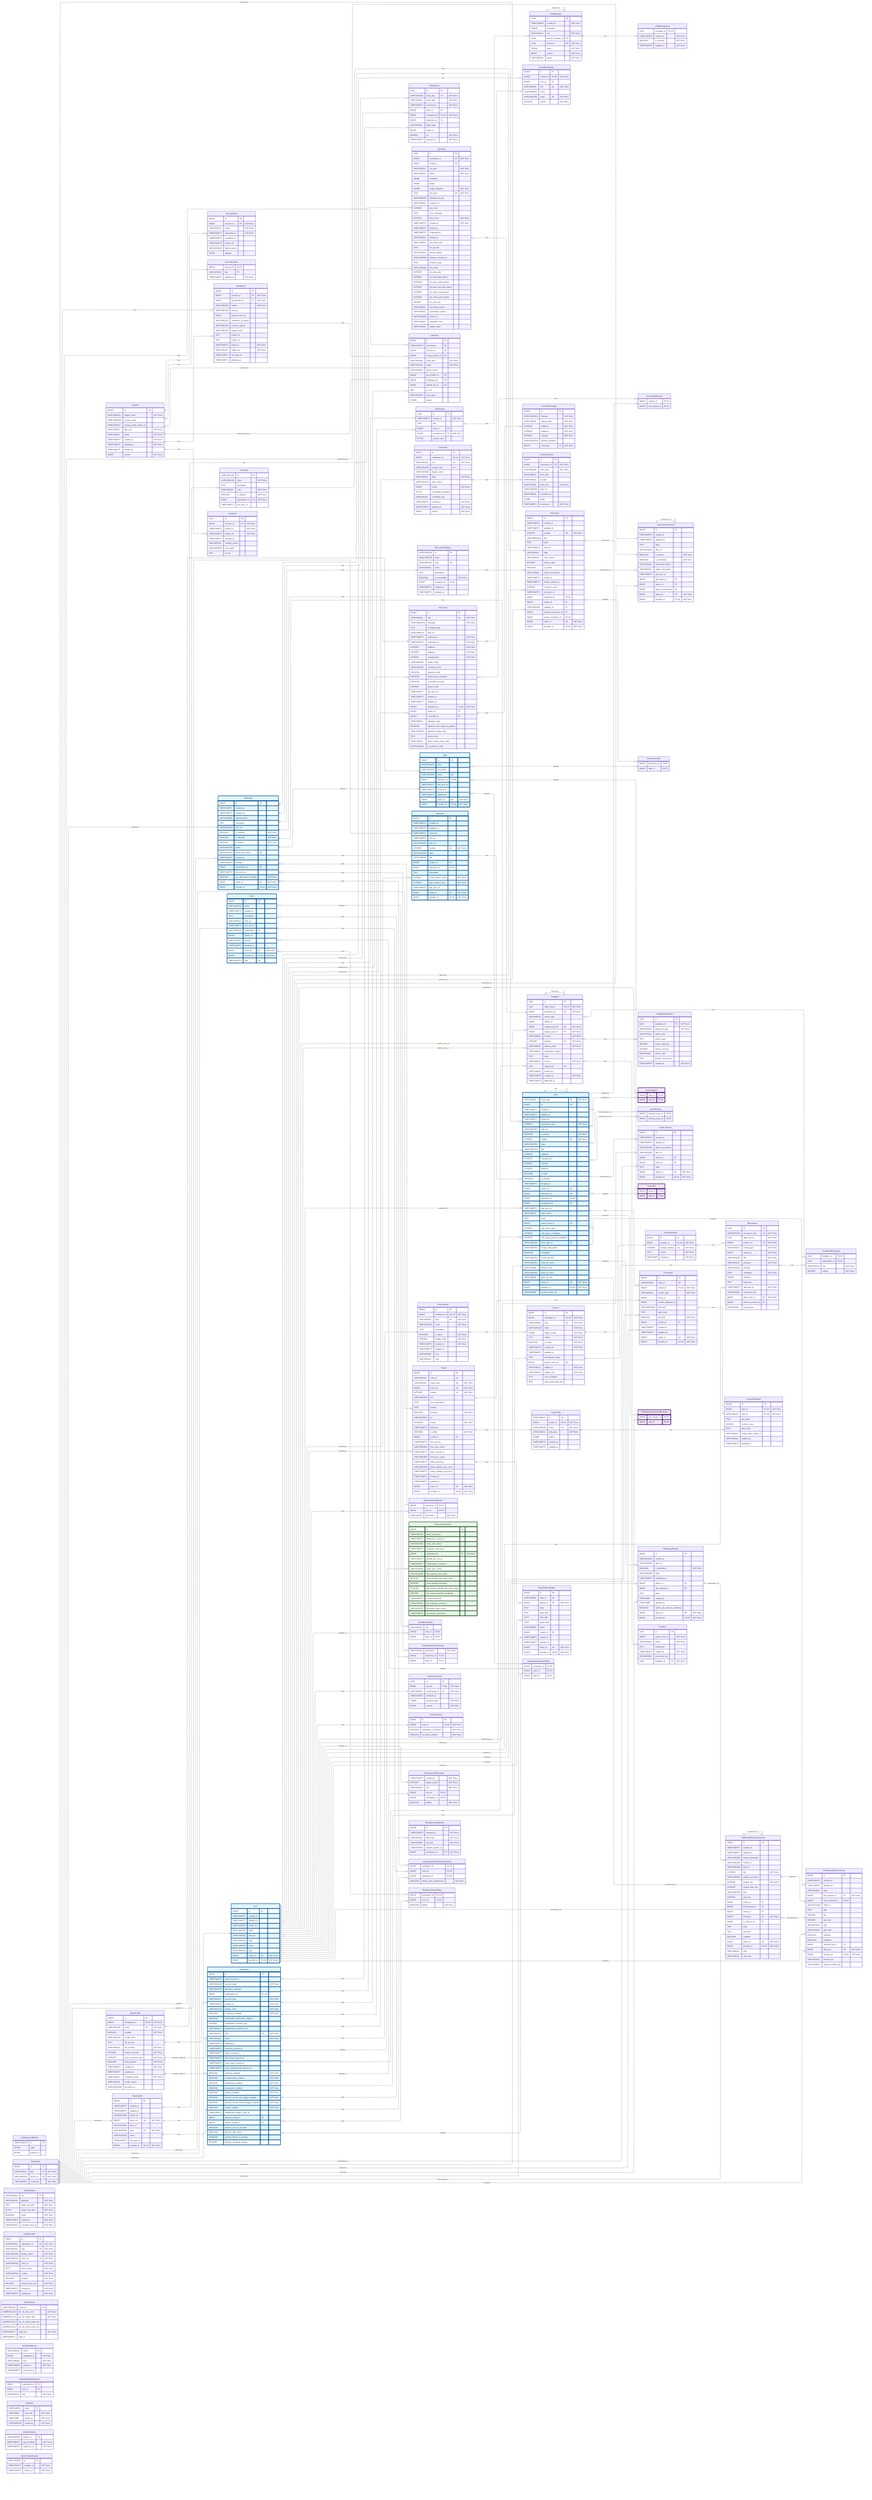
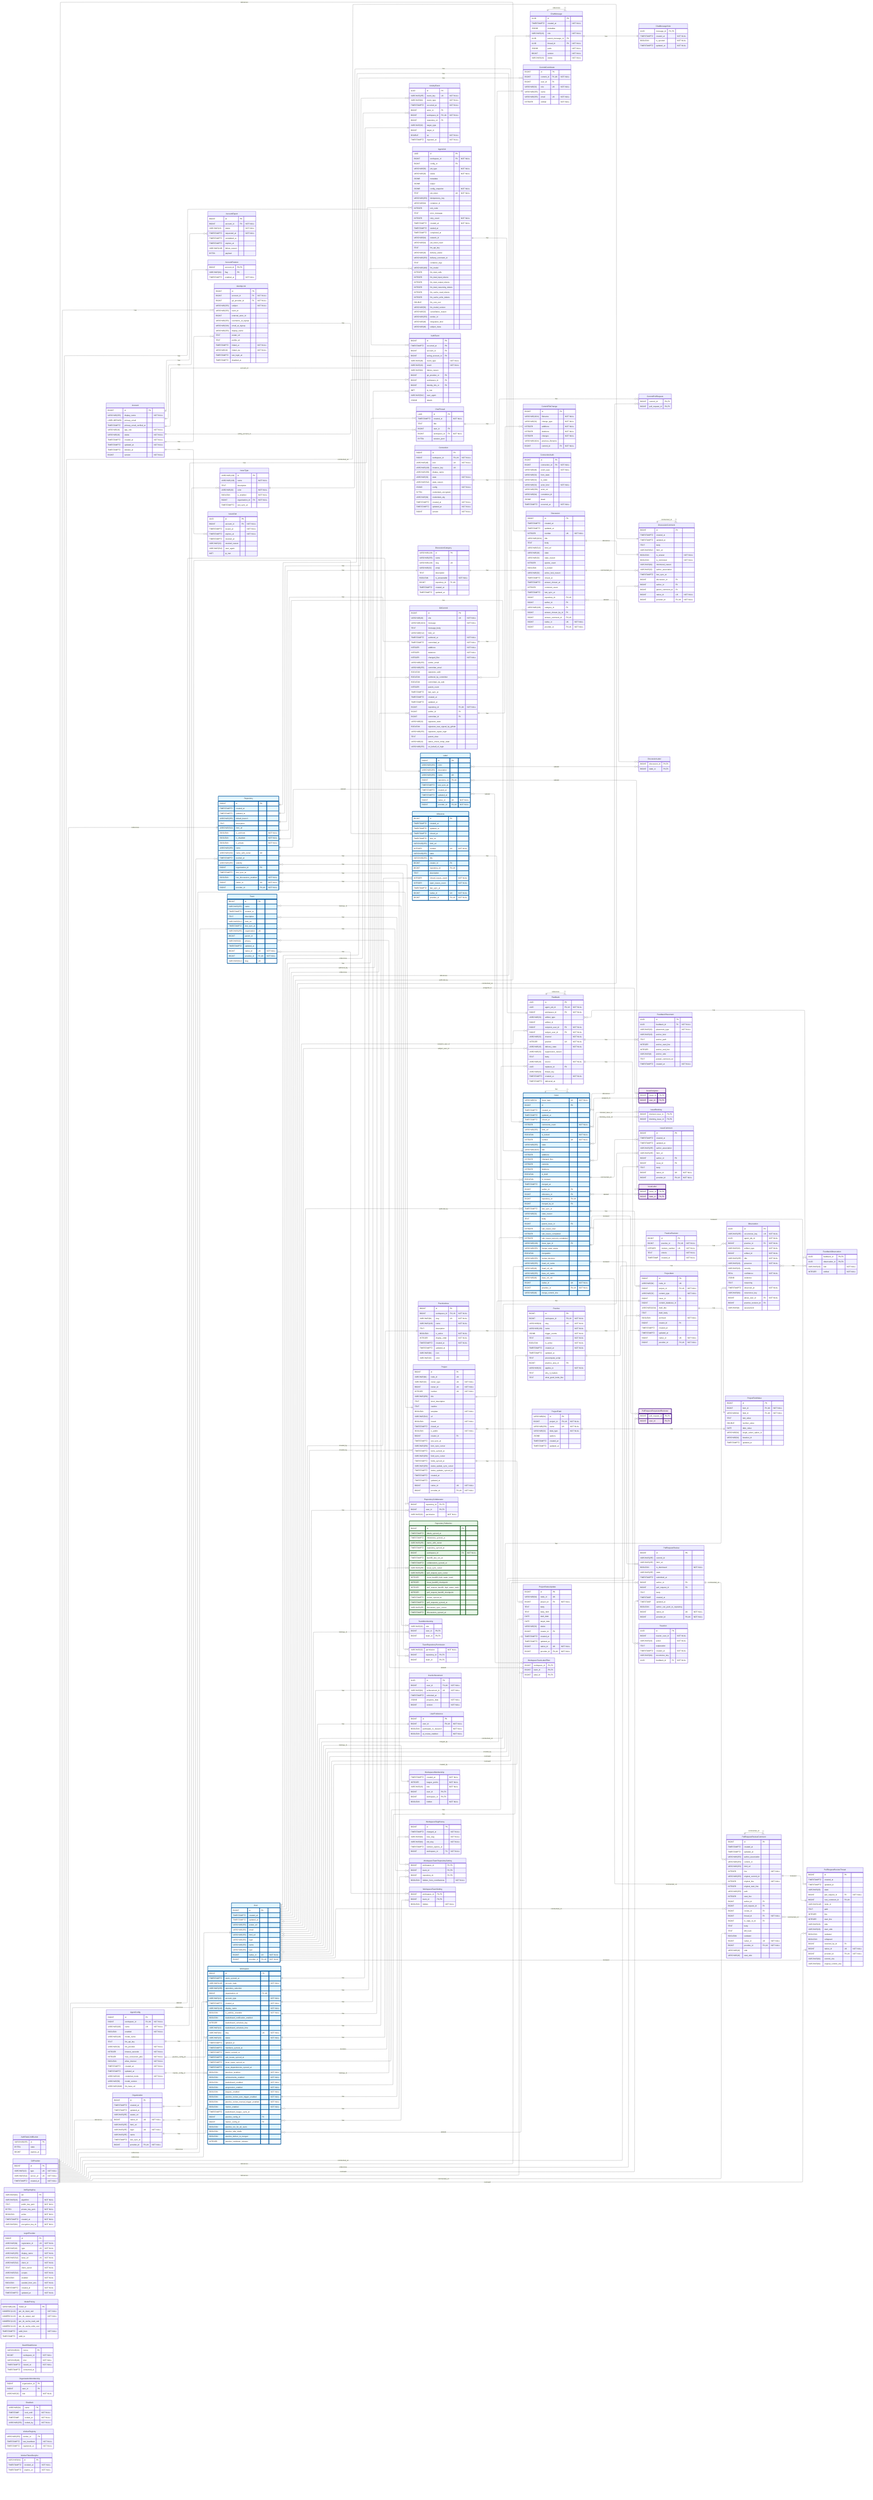
---
config:
    layout: elk
---
erDiagram
    %% Generated automatically from PostgreSQL database schema
    %% using scripts/generate-mermaid-erd.ts
    %% To regenerate: pnpm run db:generate-erd-docs

    direction LR

    Account {
        BIGINT id PK
        VARCHAR(255) display_name "NOT NULL"
        USER-DEFINED primary_email
        TIMESTAMPTZ primary_email_verified_at
        VARCHAR(16) app_role "NOT NULL"
        VARCHAR(16) status "NOT NULL"
        TIMESTAMPTZ created_at "NOT NULL"
        TIMESTAMPTZ updated_at "NOT NULL"
        TIMESTAMPTZ deleted_at
        BIGINT version "NOT NULL"
    }

    AccountExport {
        BIGINT id PK
        BIGINT account_id FK "NOT NULL"
        VARCHAR(16) status "NOT NULL"
        TIMESTAMPTZ requested_at "NOT NULL"
        TIMESTAMPTZ completed_at
        TIMESTAMPTZ expires_at
        VARCHAR(128) failure_reason
        BYTEA payload
    }

    AccountFeature {
        BIGINT account_id PK,FK
        VARCHAR(64) flag PK
        TIMESTAMPTZ enabled_at "NOT NULL"
    }

    ActivityEvent {
        UUID id PK
        VARCHAR(255) event_key UK "NOT NULL"
        VARCHAR(64) event_type "NOT NULL"
        TIMESTAMPTZ occurred_at "NOT NULL"
        BIGINT actor_id FK
        BIGINT workspace_id FK,UK "NOT NULL"
        BIGINT repository_id FK
        VARCHAR(32) target_type
        BIGINT target_id
        DOUBLE xp "NOT NULL"
        TIMESTAMPTZ ingested_at "NOT NULL"
    }

    AgentConfig {
        BIGINT id PK
        BIGINT workspace_id FK,UK "NOT NULL"
        VARCHAR(100) name UK "NOT NULL"
        BOOLEAN enabled "NOT NULL"
        VARCHAR(128) model_name
        TEXT llm_api_key
        VARCHAR(32) llm_provider "NOT NULL"
        INTEGER timeout_seconds "NOT NULL"
        INTEGER max_concurrent_jobs "NOT NULL"
        BOOLEAN allow_internet "NOT NULL"
        TIMESTAMPTZ created_at "NOT NULL"
        TIMESTAMPTZ updated_at
        VARCHAR(16) credential_mode "NOT NULL"
        VARCHAR(50) model_version
        VARCHAR(2048) llm_base_url
    }

    AgentJob {
        UUID id PK
        BIGINT workspace_id FK "NOT NULL"
        BIGINT config_id FK
        VARCHAR(50) job_type "NOT NULL"
        VARCHAR(20) status "NOT NULL"
        JSONB metadata
        JSONB output
        JSONB config_snapshot "NOT NULL"
        TEXT job_token UK "NOT NULL"
        VARCHAR(255) idempotency_key
        VARCHAR(64) container_id
        INTEGER exit_code
        TEXT error_message
        INTEGER retry_count "NOT NULL"
        TIMESTAMPTZ created_at "NOT NULL"
        TIMESTAMPTZ started_at
        TIMESTAMPTZ completed_at
        VARCHAR(64) network_id
        VARCHAR(64) job_token_hash
        TEXT llm_api_key
        VARCHAR(20) delivery_status
        VARCHAR(255) delivery_comment_id
        TEXT container_logs
        VARCHAR(100) llm_model
        INTEGER llm_total_calls
        INTEGER llm_total_input_tokens
        INTEGER llm_total_output_tokens
        INTEGER llm_total_reasoning_tokens
        INTEGER llm_cache_read_tokens
        INTEGER llm_cache_write_tokens
        DOUBLE llm_cost_usd
        VARCHAR(50) llm_model_version
        VARCHAR(32) cancellation_reason
        VARCHAR(255) worker_id
        VARCHAR(48) integration_kind
        VARCHAR(48) subject_class
    }

    AuthEvent {
        BIGINT id PK
        TIMESTAMPTZ occurred_at PK
        BIGINT account_id FK
        BIGINT acting_account_id FK
        VARCHAR(48) event_type "NOT NULL"
        VARCHAR(16) result "NOT NULL"
        VARCHAR(64) failure_reason
        BIGINT git_provider_id FK
        BIGINT workspace_id FK
        BIGINT identity_link_id FK
        INET ip_inet
        VARCHAR(512) user_agent
        JSONB details
    }

    AuthRateLimitBucket {
        VARCHAR(255) id PK
        BYTEA state
        BIGINT expires_at
    }

    ChatMessage {
        UUID id PK
        TIMESTAMPTZ created_at "NOT NULL"
        JSONB metadata
        VARCHAR(16) role "NOT NULL"
        UUID parent_message_id FK
        UUID thread_id FK "NOT NULL"
        JSONB parts "NOT NULL"
        BIGINT version "NOT NULL"
        VARCHAR(16) status "NOT NULL"
    }

    ChatMessageVote {
        UUID message_id PK,FK
        TIMESTAMPTZ created_at "NOT NULL"
        BOOLEAN is_upvoted "NOT NULL"
        TIMESTAMPTZ updated_at "NOT NULL"
    }

    ChatThread {
        UUID id PK
        TIMESTAMPTZ created_at "NOT NULL"
        TEXT title
        BIGINT user_id FK
        BIGINT workspace_id FK "NOT NULL"
        BYTEA session_jsonl
    }

    CommitContributor {
        BIGINT id PK
        BIGINT commit_id FK,UK "NOT NULL"
        BIGINT user_id FK
        VARCHAR(32) role UK "NOT NULL"
        VARCHAR(255) name
        VARCHAR(255) email UK "NOT NULL"
        INTEGER ordinal "NOT NULL"
    }

    CommitFileChange {
        BIGINT id PK
        VARCHAR(1024) filename "NOT NULL"
        VARCHAR(32) change_type "NOT NULL"
        INTEGER additions "NOT NULL"
        INTEGER deletions "NOT NULL"
        INTEGER changes "NOT NULL"
        VARCHAR(1024) previous_filename
        BIGINT commit_id FK "NOT NULL"
    }

    CommitPullRequest {
        BIGINT commit_id PK,FK
        BIGINT pull_request_id PK,FK
    }

    Connection {
        BIGINT id PK
        BIGINT workspace_id FK,UK "NOT NULL"
        VARCHAR(48) kind UK "NOT NULL"
        VARCHAR(128) instance_key UK
        VARCHAR(256) display_name
        VARCHAR(32) state "NOT NULL"
        VARCHAR(512) state_reason
        JSONB config "NOT NULL"
        BYTEA credentials_encrypted
        VARCHAR(64) credentials_alg
        TIMESTAMPTZ created_at "NOT NULL"
        TIMESTAMPTZ updated_at "NOT NULL"
        BIGINT version "NOT NULL"
    }

    ConnectionAudit {
        BIGINT id PK
        BIGINT connection_id FK "NOT NULL"
        VARCHAR(48) event_type "NOT NULL"
        VARCHAR(32) from_state
        VARCHAR(32) to_state
        VARCHAR(32) actor_kind "NOT NULL"
        VARCHAR(256) actor_ref
        VARCHAR(64) correlation_id
        JSONB detail
        TIMESTAMPTZ occurred_at "NOT NULL"
    }

    Discussion {
        BIGINT id PK
        TIMESTAMPTZ created_at
        TIMESTAMPTZ updated_at
        INTEGER number UK "NOT NULL"
        VARCHAR(1024) title
        TEXT body
        VARCHAR(512) html_url
        VARCHAR(16) state
        VARCHAR(32) state_reason
        INTEGER upvote_count
        BOOLEAN is_locked
        VARCHAR(32) active_lock_reason
        TIMESTAMPTZ closed_at
        TIMESTAMPTZ answer_chosen_at
        INTEGER comment_count
        TIMESTAMPTZ last_sync_at
        BIGINT repository_id FK,UK
        BIGINT author_id FK
        VARCHAR(128) category_id FK
        BIGINT answer_chosen_by_id FK
        BIGINT answer_comment_id FK,UK
        BIGINT native_id UK "NOT NULL"
        BIGINT provider_id FK,UK "NOT NULL"
    }

    DiscussionCategory {
        VARCHAR(128) id PK
        VARCHAR(255) name
        VARCHAR(128) slug UK
        VARCHAR(32) emoji
        TEXT description
        BOOLEAN is_answerable "NOT NULL"
        BIGINT repository_id FK,UK
        TIMESTAMPTZ created_at
        TIMESTAMPTZ updated_at
    }

    DiscussionComment {
        BIGINT id PK
        TIMESTAMPTZ created_at
        TIMESTAMPTZ updated_at
        TEXT body
        VARCHAR(512) html_url
        BOOLEAN is_answer "NOT NULL"
        BOOLEAN is_minimized "NOT NULL"
        VARCHAR(64) minimized_reason
        VARCHAR(32) author_association
        TIMESTAMPTZ last_sync_at
        BIGINT discussion_id FK
        BIGINT author_id FK
        BIGINT parent_comment_id FK
        BIGINT native_id UK "NOT NULL"
        BIGINT provider_id FK,UK "NOT NULL"
    }

    DiscussionLabel {
        BIGINT discussion_id PK,FK
        BIGINT label_id PK,FK
    }

    Feedback {
        UUID id PK
        UUID agent_job_id FK,UK "NOT NULL"
        BIGINT workspace_id FK "NOT NULL"
        VARCHAR(32) artifact_type
        BIGINT artifact_id
        BIGINT recipient_user_id FK "NOT NULL"
        BIGINT subject_user_id FK "NOT NULL"
        VARCHAR(32) channel "NOT NULL"
        INTEGER position UK "NOT NULL"
        VARCHAR(16) delivery_state "NOT NULL"
        VARCHAR(32) suppression_reason
        TEXT body
        VARCHAR(16) source "NOT NULL"
        UUID replaces_id FK
        VARCHAR(64) thread_key
        TIMESTAMPTZ created_at "NOT NULL"
        TIMESTAMPTZ delivered_at
    }

    FeedbackObservation {
        UUID feedback_id PK,FK
        UUID observation_id PK,FK
        VARCHAR(16) role "NOT NULL"
        INTEGER ordinal "NOT NULL"
    }

    FeedbackPlacement {
        UUID id PK
        UUID feedback_id FK "NOT NULL"
        VARCHAR(32) placement_type "NOT NULL"
        VARCHAR(16) anchor_kind
        TEXT anchor_path
        INTEGER anchor_start_line
        INTEGER anchor_end_line
        VARCHAR(8) anchor_side
        TEXT posted_comment_ref
        TIMESTAMPTZ created_at "NOT NULL"
    }

    GitCommit {
        BIGINT id PK
        VARCHAR(40) sha UK "NOT NULL"
        VARCHAR(1024) message "NOT NULL"
        TEXT message_body
        VARCHAR(512) html_url
        TIMESTAMPTZ authored_at "NOT NULL"
        TIMESTAMPTZ committed_at "NOT NULL"
        INTEGER additions "NOT NULL"
        INTEGER deletions "NOT NULL"
        INTEGER changed_files "NOT NULL"
        VARCHAR(255) author_email
        VARCHAR(255) committer_email
        BOOLEAN signature_valid
        BOOLEAN authored_by_committer
        BOOLEAN committed_via_web
        INTEGER parent_count
        TIMESTAMPTZ last_sync_at
        TIMESTAMPTZ created_at
        TIMESTAMPTZ updated_at
        BIGINT repository_id FK,UK "NOT NULL"
        BIGINT author_id FK
        BIGINT committer_id FK
        VARCHAR(32) signature_state
        BOOLEAN signature_was_signed_by_github
        VARCHAR(255) signature_signer_login
        TEXT parent_shas
        VARCHAR(32) status_check_rollup_state
        VARCHAR(255) on_behalf_of_login
    }

    GitProvider {
        BIGINT id PK
        VARCHAR(10) type UK "NOT NULL"
        VARCHAR(512) server_url UK "NOT NULL"
        TIMESTAMPTZ created_at "NOT NULL"
    }

    IdentityLink {
        BIGINT id PK
        BIGINT account_id FK "NOT NULL"
        BIGINT git_provider_id FK "NOT NULL"
        VARCHAR(255) subject "NOT NULL"
        VARCHAR(255) team_id
        BIGINT external_actor_id
        VARCHAR(255) username_at_signup
        VARCHAR(320) email_at_signup
        VARCHAR(255) display_name
        TEXT avatar_url
        TEXT profile_url
        TIMESTAMPTZ linked_at "NOT NULL"
        VARCHAR(16) linked_via "NOT NULL"
        TIMESTAMPTZ last_login_at
        TIMESTAMPTZ disabled_at
    }

    Issue {
        VARCHAR(31) issue_type UK "NOT NULL"
        BIGINT id PK
        TIMESTAMPTZ created_at
        TIMESTAMPTZ updated_at
        TIMESTAMPTZ closed_at
        INTEGER comments_count "NOT NULL"
        VARCHAR(255) html_url
        BOOLEAN is_locked "NOT NULL"
        INTEGER number UK "NOT NULL"
        VARCHAR(255) state
        VARCHAR(1024) title
        INTEGER additions
        INTEGER changed_files
        INTEGER commits
        INTEGER deletions
        BOOLEAN is_draft
        BOOLEAN is_merged
        TIMESTAMPTZ merged_at
        BIGINT author_id FK
        BIGINT milestone_id FK
        BIGINT repository_id FK,UK
        BIGINT merged_by_id FK
        TIMESTAMPTZ last_sync_at
        VARCHAR(32) state_reason
        TEXT body
        BIGINT parent_issue_id FK
        INTEGER sub_issues_total
        INTEGER sub_issues_completed
        INTEGER sub_issues_percent_completed
        VARCHAR(128) issue_type_id FK
        VARCHAR(255) merge_state_status
        BOOLEAN mergeable
        VARCHAR(255) review_decision
        VARCHAR(255) head_ref_name
        VARCHAR(40) head_ref_oid
        VARCHAR(255) base_ref_name
        VARCHAR(40) base_ref_oid
        BIGINT native_id UK "NOT NULL"
        BIGINT provider_id FK,UK "NOT NULL"
        VARCHAR(40) merge_commit_sha
    }

    IssueAssignee {
        BIGINT issue_id PK,FK
        BIGINT user_id PK,FK
    }

    IssueBlocking {
        BIGINT blocked_issue_id PK,FK
        BIGINT blocking_issue_id PK,FK
    }

    IssueComment {
        BIGINT id PK
        TIMESTAMPTZ created_at
        TIMESTAMPTZ updated_at
        VARCHAR(255) author_association
        VARCHAR(255) html_url
        BIGINT author_id FK
        BIGINT issue_id FK
        TEXT body
        BIGINT native_id UK "NOT NULL"
        BIGINT provider_id FK,UK "NOT NULL"
    }

    IssueLabel {
        BIGINT issue_id PK,FK
        BIGINT label_id PK,FK
    }

    IssueType {
        VARCHAR(128) id PK
        VARCHAR(128) name "NOT NULL"
        TEXT description
        VARCHAR(20) color "NOT NULL"
        BOOLEAN is_enabled "NOT NULL"
        BIGINT organization_id FK "NOT NULL"
        TIMESTAMPTZ last_sync_at
    }

    IssuedJwt {
        UUID jti PK
        BIGINT account_id FK "NOT NULL"
        TIMESTAMPTZ issued_at "NOT NULL"
        TIMESTAMPTZ expires_at "NOT NULL"
        TIMESTAMPTZ revoked_at
        VARCHAR(32) revoked_reason
        VARCHAR(512) user_agent
        INET ip_inet
    }

    JwtSigningKey {
        VARCHAR(64) kid PK
        VARCHAR(16) algorithm "NOT NULL"
        TEXT public_key_pem "NOT NULL"
        BYTEA private_key_pem "NOT NULL"
        BOOLEAN active "NOT NULL"
        TIMESTAMPTZ created_at "NOT NULL"
        VARCHAR(64) encryption_key_id "NOT NULL"
    }

    Label {
        BIGINT id PK
        VARCHAR(255) color
        VARCHAR(255) description
        VARCHAR(255) name UK
        BIGINT repository_id FK,UK
        TIMESTAMPTZ last_sync_at
        TIMESTAMPTZ created_at
        TIMESTAMPTZ updated_at
        BIGINT native_id UK "NOT NULL"
        BIGINT provider_id FK,UK "NOT NULL"
    }

    LoginProvider {
        BIGINT id PK
        VARCHAR(64) registration_id UK "NOT NULL"
        VARCHAR(10) type UK "NOT NULL"
        VARCHAR(255) display_name "NOT NULL"
        VARCHAR(512) base_url UK "NOT NULL"
        VARCHAR(512) client_id "NOT NULL"
        TEXT client_secret "NOT NULL"
        VARCHAR(512) scopes "NOT NULL"
        BOOLEAN enabled "NOT NULL"
        BOOLEAN seeded_from_env "NOT NULL"
        TIMESTAMPTZ created_at "NOT NULL"
        TIMESTAMPTZ updated_at "NOT NULL"
    }

    Milestone {
        BIGINT id PK
        TIMESTAMPTZ created_at
        TIMESTAMPTZ updated_at
        TIMESTAMPTZ closed_at
        TIMESTAMPTZ due_on
        VARCHAR(255) html_url
        INTEGER number UK "NOT NULL"
        VARCHAR(255) state
        VARCHAR(255) title
        BIGINT creator_id FK
        BIGINT repository_id FK,UK
        TEXT description
        INTEGER closed_issues_count "NOT NULL"
        INTEGER open_issues_count "NOT NULL"
        TIMESTAMPTZ last_sync_at
        BIGINT native_id UK "NOT NULL"
        BIGINT provider_id FK,UK "NOT NULL"
    }

    ModelPricing {
        VARCHAR(128) model_id PK
        NUMERIC(12,6) per_1k_input_usd "NOT NULL"
        NUMERIC(12,6) per_1k_output_usd "NOT NULL"
        NUMERIC(12,6) per_1k_cache_read_usd
        NUMERIC(12,6) per_1k_cache_write_usd
        TIMESTAMPTZ valid_from "NOT NULL"
        TIMESTAMPTZ valid_to
    }

    OauthStateNonce {
        VARCHAR(32) nonce PK
        BIGINT workspace_id "NOT NULL"
        VARCHAR(48) kind "NOT NULL"
        TIMESTAMPTZ issued_at "NOT NULL"
        TIMESTAMPTZ consumed_at
    }

    Observation {
        UUID id PK
        VARCHAR(255) occurrence_key UK "NOT NULL"
        UUID agent_job_id "NOT NULL"
        BIGINT practice_id FK "NOT NULL"
        VARCHAR(32) artifact_type "NOT NULL"
        BIGINT artifact_id "NOT NULL"
        VARCHAR(255) title "NOT NULL"
        VARCHAR(16) presence "NOT NULL"
        VARCHAR(16) severity
        REAL confidence "NOT NULL"
        JSONB evidence
        TEXT reasoning
        TIMESTAMPTZ observed_at "NOT NULL"
        VARCHAR(64) recurrence_key
        BIGINT about_user_id FK "NOT NULL"
        BIGINT practice_revision_id FK
        VARCHAR(8) assessment
    }

    Organization {
        BIGINT id PK
        TIMESTAMPTZ created_at
        TIMESTAMPTZ updated_at
        VARCHAR(255) avatar_url
        BIGINT native_id UK "NOT NULL"
        VARCHAR(255) html_url
        VARCHAR(255) login UK "NOT NULL"
        VARCHAR(255) name
        TIMESTAMPTZ last_sync_at
        BIGINT provider_id FK,UK "NOT NULL"
    }

    OrganizationMembership {
        BIGINT organization_id PK
        BIGINT user_id PK
        VARCHAR(32) role "NOT NULL"
    }

    Practice {
        BIGINT id PK
        BIGINT workspace_id FK,UK "NOT NULL"
        VARCHAR(64) slug UK "NOT NULL"
        VARCHAR(128) name "NOT NULL"
        JSONB trigger_events "NOT NULL"
        TEXT criteria "NOT NULL"
        BOOLEAN is_active "NOT NULL"
        TIMESTAMPTZ created_at "NOT NULL"
        TIMESTAMPTZ updated_at
        TEXT precompute_script
        BIGINT practice_area_id FK
        VARCHAR(32) applies_to "NOT NULL"
-         VARCHAR(16) subject_role "NOT NULL"
        TEXT why_it_matters
        TEXT what_good_looks_like
    }

    PracticeArea {
        BIGINT id PK
        BIGINT workspace_id FK,UK "NOT NULL"
        VARCHAR(64) slug UK "NOT NULL"
        VARCHAR(128) name "NOT NULL"
        TEXT description
        BOOLEAN is_active "NOT NULL"
        INTEGER display_order "NOT NULL"
        TIMESTAMPTZ created_at "NOT NULL"
        TIMESTAMPTZ updated_at
        VARCHAR(64) icon
        VARCHAR(32) color
    }

    PracticeRevision {
        BIGINT id PK
        BIGINT practice_id FK,UK "NOT NULL"
        INTEGER revision_number UK "NOT NULL"
        TEXT criteria "NOT NULL"
        TIMESTAMP created_at "NOT NULL"
    }

    Project {
        BIGINT id PK
        VARCHAR(64) node_id UK
        VARCHAR(32) owner_type UK "NOT NULL"
        BIGINT owner_id UK "NOT NULL"
        INTEGER number UK "NOT NULL"
        VARCHAR(256) title
        TEXT short_description
        TEXT readme
        BOOLEAN template "NOT NULL"
        VARCHAR(512) url
        BOOLEAN closed "NOT NULL"
        TIMESTAMPTZ closed_at
        BOOLEAN is_public "NOT NULL"
        BIGINT creator_id FK
        TIMESTAMPTZ last_sync_at
        VARCHAR(256) item_sync_cursor
        TIMESTAMPTZ items_synced_at
        VARCHAR(256) field_sync_cursor
        TIMESTAMPTZ fields_synced_at
        VARCHAR(256) status_update_sync_cursor
        TIMESTAMPTZ status_updates_synced_at
        TIMESTAMPTZ created_at
        TIMESTAMPTZ updated_at
        BIGINT native_id UK "NOT NULL"
        BIGINT provider_id FK,UK "NOT NULL"
    }

    ProjectField {
        VARCHAR(64) id PK
        BIGINT project_id FK,UK "NOT NULL"
        VARCHAR(256) name UK "NOT NULL"
        VARCHAR(32) data_type "NOT NULL"
        JSONB options
        TIMESTAMPTZ created_at
        TIMESTAMPTZ updated_at
    }

    ProjectFieldValue {
        BIGINT id PK
        BIGINT item_id FK,UK "NOT NULL"
        VARCHAR(64) field_id FK,UK "NOT NULL"
        TEXT text_value
        DOUBLE number_value
        DATE date_value
        VARCHAR(64) single_select_option_id
        VARCHAR(64) iteration_id
        TIMESTAMPTZ updated_at
    }

    ProjectItem {
        BIGINT id PK
        VARCHAR(64) node_id UK
        BIGINT project_id FK,UK "NOT NULL"
        VARCHAR(32) content_type "NOT NULL"
        BIGINT issue_id FK
        BIGINT content_database_id
        VARCHAR(1024) draft_title
        TEXT draft_body
        BOOLEAN archived "NOT NULL"
        BIGINT creator_id FK
        TIMESTAMPTZ created_at
        TIMESTAMPTZ updated_at
        BIGINT native_id UK "NOT NULL"
        BIGINT provider_id FK,UK "NOT NULL"
    }

    ProjectStatusUpdate {
        BIGINT id PK
        VARCHAR(64) node_id UK
        BIGINT project_id FK "NOT NULL"
        TEXT body
        TEXT body_html
        DATE start_date
        DATE target_date
        VARCHAR(32) status
        BIGINT creator_id FK
        TIMESTAMPTZ created_at
        TIMESTAMPTZ updated_at
        BIGINT native_id UK "NOT NULL"
        BIGINT provider_id FK,UK "NOT NULL"
    }

    PullRequestRequestedReviewer {
        BIGINT pull_request_id PK,FK
        BIGINT user_id PK,FK
    }

    PullRequestReview {
        BIGINT id PK
        VARCHAR(255) commit_id
        VARCHAR(255) html_url
        BOOLEAN is_dismissed "NOT NULL"
        VARCHAR(255) state
        TIMESTAMPTZ submitted_at
        BIGINT author_id FK
        BIGINT pull_request_id FK
        TEXT body
        TIMESTAMP created_at
        TIMESTAMP updated_at
        BOOLEAN author_can_push_to_repository
        BIGINT native_id UK "NOT NULL"
        BIGINT provider_id FK,UK "NOT NULL"
    }

    PullRequestReviewComment {
        BIGINT id PK
        TIMESTAMPTZ created_at
        TIMESTAMPTZ updated_at
        VARCHAR(255) author_association
        VARCHAR(255) commit_id
        VARCHAR(255) html_url
        INTEGER line "NOT NULL"
        VARCHAR(255) original_commit_id
        INTEGER original_line "NOT NULL"
        INTEGER original_start_line
        VARCHAR(255) path
        INTEGER start_line
        BIGINT author_id FK
        BIGINT pull_request_id FK
        BIGINT review_id FK
        BIGINT thread_id FK "NOT NULL"
        BIGINT in_reply_to_id FK
        TEXT body
        TEXT diff_hunk
        BOOLEAN outdated
        BIGINT native_id UK "NOT NULL"
        BIGINT provider_id FK,UK "NOT NULL"
        VARCHAR(16) side
        VARCHAR(16) start_side
    }

    PullRequestReviewThread {
        BIGINT id PK
        TIMESTAMPTZ created_at
        TIMESTAMPTZ updated_at
        VARCHAR(20) state
        BIGINT pull_request_id FK "NOT NULL"
        BIGINT root_comment_id FK,UK
        VARCHAR(128) node_id
        TEXT path
        INTEGER line
        INTEGER start_line
        VARCHAR(16) side
        VARCHAR(16) start_side
        BOOLEAN outdated
        BOOLEAN collapsed
        BIGINT resolved_by_id FK
        BIGINT native_id UK "NOT NULL"
        BIGINT provider_id FK,UK "NOT NULL"
        VARCHAR(64) commit_sha
        VARCHAR(64) original_commit_sha
    }

    Reaction {
        UUID id PK
        BIGINT reactor_user_id "NOT NULL"
        VARCHAR(16) action "NOT NULL"
        TEXT explanation
        TIMESTAMPTZ created_at "NOT NULL"
        VARCHAR(64) recurrence_key
        UUID feedback_id FK "NOT NULL"
    }

    Repository {
        BIGINT id PK
        TIMESTAMPTZ created_at
        TIMESTAMPTZ updated_at
        VARCHAR(255) default_branch
        TEXT description
        VARCHAR(512) html_url
        BOOLEAN is_archived "NOT NULL"
        BOOLEAN is_disabled "NOT NULL"
        BOOLEAN is_private "NOT NULL"
        VARCHAR(255) name
        VARCHAR(150) name_with_owner UK
        TIMESTAMPTZ pushed_at
        VARCHAR(255) visibility
        BIGINT organization_id FK
        TIMESTAMPTZ last_sync_at
        BOOLEAN has_discussions_enabled "NOT NULL"
        BIGINT native_id UK "NOT NULL"
        BIGINT provider_id FK,UK "NOT NULL"
    }

    RepositoryCollaborator {
        BIGINT repository_id PK,FK
        BIGINT user_id PK,FK
        VARCHAR(32) permission "NOT NULL"
    }

    RepositoryToMonitor {
        BIGINT id PK
        TIMESTAMPTZ labels_synced_at
        TIMESTAMPTZ milestones_synced_at
        VARCHAR(255) name_with_owner
        TIMESTAMPTZ repository_synced_at
        BIGINT workspace_id FK "NOT NULL"
        TIMESTAMPTZ backfill_last_run_at
        TIMESTAMPTZ collaborators_synced_at
        VARCHAR(255) issue_sync_cursor
        VARCHAR(255) pull_request_sync_cursor
        INTEGER issue_backfill_high_water_mark
        INTEGER issue_backfill_checkpoint
        INTEGER pull_request_backfill_high_water_mark
        INTEGER pull_request_backfill_checkpoint
        TIMESTAMPTZ issues_synced_at
        TIMESTAMPTZ pull_requests_synced_at
        VARCHAR(255) discussion_sync_cursor
        TIMESTAMPTZ discussions_synced_at
    }

    Shedlock {
        VARCHAR(64) name PK
        TIMESTAMP lock_until "NOT NULL"
        TIMESTAMP locked_at "NOT NULL"
        VARCHAR(255) locked_by "NOT NULL"
    }

    Team {
        BIGINT id PK
        VARCHAR(255) name
        TIMESTAMPTZ created_at
        TEXT description
        VARCHAR(512) html_url
        TIMESTAMPTZ last_sync_at
        VARCHAR(255) organization UK
        BIGINT parent_id
        VARCHAR(32) privacy
        TIMESTAMPTZ updated_at
        BIGINT native_id UK "NOT NULL"
        BIGINT provider_id FK,UK "NOT NULL"
        VARCHAR(512) slug UK
    }

    TeamMembership {
        VARCHAR(32) role
        BIGINT user_id PK,FK
        BIGINT team_id PK,FK
    }

    TeamRepositoryPermission {
        VARCHAR(32) permission "NOT NULL"
        BIGINT repository_id PK,FK
        BIGINT team_id PK,FK
    }

    User {
        BIGINT id PK
        TIMESTAMPTZ created_at
        TIMESTAMPTZ updated_at
        VARCHAR(255) avatar_url
        VARCHAR(255) email
        VARCHAR(255) html_url
        VARCHAR(255) login
        VARCHAR(255) name
        VARCHAR(255) type
        BIGINT native_id UK "NOT NULL"
        BIGINT provider_id FK,UK "NOT NULL"
    }

    UserAchievement {
        UUID id PK
        BIGINT user_id FK,UK "NOT NULL"
        VARCHAR(64) achievement_id UK "NOT NULL"
        TIMESTAMPTZ unlocked_at
        JSONB progress_data "NOT NULL"
        BIGINT version "NOT NULL"
    }

    UserPreference {
        BIGINT id PK
        BIGINT user_id FK,UK "NOT NULL"
        BOOLEAN participate_in_research "NOT NULL"
        BOOLEAN ai_review_enabled "NOT NULL"
    }

    WorkerRegistry {
        VARCHAR(255) worker_id PK
        TIMESTAMPTZ last_heartbeat "NOT NULL"
        TIMESTAMPTZ registered_at "NOT NULL"
    }

    WorkerTokenDenylist {
        VARCHAR(64) jti PK
        TIMESTAMPTZ revoked_at "NOT NULL"
        TIMESTAMPTZ expires_at "NOT NULL"
    }

    Workspace {
        BIGINT id PK
        TIMESTAMPTZ users_synced_at
        VARCHAR(120) account_login "NOT NULL"
        VARCHAR(255) repository_selection
        BIGINT organization_id FK,UK
        VARCHAR(10) account_type "NOT NULL"
        TIMESTAMPTZ created_at "NOT NULL"
        VARCHAR(120) display_name "NOT NULL"
        BOOLEAN is_publicly_viewable "NOT NULL"
        BOOLEAN leaderboard_notification_enabled
        INTEGER leaderboard_schedule_day
        VARCHAR(10) leaderboard_schedule_time
        VARCHAR(64) slug UK "NOT NULL"
        VARCHAR(20) status "NOT NULL"
        TIMESTAMPTZ updated_at
        TIMESTAMPTZ members_synced_at
        TIMESTAMPTZ teams_synced_at
        TIMESTAMPTZ sub_issues_synced_at
        TIMESTAMPTZ issue_types_synced_at
        TIMESTAMPTZ issue_dependencies_synced_at
        BOOLEAN practices_enabled "NOT NULL"
        BOOLEAN achievements_enabled "NOT NULL"
        BOOLEAN leaderboard_enabled "NOT NULL"
        BOOLEAN progression_enabled "NOT NULL"
        BOOLEAN leagues_enabled "NOT NULL"
        BOOLEAN practice_review_auto_trigger_enabled "NOT NULL"
        BOOLEAN practice_review_manual_trigger_enabled "NOT NULL"
        BOOLEAN mentor_enabled "NOT NULL"
        TIMESTAMPTZ leaderboard_league_cycle_at
        BIGINT practice_config_id FK
        BIGINT mentor_config_id FK
        BOOLEAN practice_run_for_all_users
        BOOLEAN practice_skip_drafts
        BOOLEAN practice_deliver_to_merged
        INTEGER practice_cooldown_minutes
    }

    WorkspaceMembership {
        TIMESTAMPTZ created_at "NOT NULL"
        INTEGER league_points "NOT NULL"
        VARCHAR(16) role "NOT NULL"
        BIGINT user_id PK,FK
        BIGINT workspace_id PK,FK
        BOOLEAN hidden "NOT NULL"
    }

    WorkspaceSlugHistory {
        BIGINT id PK
        TIMESTAMPTZ changed_at "NOT NULL"
        VARCHAR(64) new_slug "NOT NULL"
        VARCHAR(64) old_slug "NOT NULL"
        TIMESTAMPTZ redirect_expires_at
        BIGINT workspace_id FK "NOT NULL"
    }

    WorkspaceTeamLabelFilter {
        BIGINT workspace_id PK,FK
        BIGINT team_id PK,FK
        BIGINT label_id PK,FK
    }

    WorkspaceTeamRepositorySetting {
        BIGINT workspace_id PK,FK
        BIGINT team_id PK,FK
        BIGINT repository_id PK,FK
        BOOLEAN hidden_from_contributions "NOT NULL"
    }

    WorkspaceTeamSetting {
        BIGINT workspace_id PK,FK
        BIGINT team_id PK,FK
        BOOLEAN hidden "NOT NULL"
    }

    %% Relationships
    %% One-to-One relationships
    Account ||--|| AccountFeature : has
    Workspace ||--|| ActivityEvent : has
    Workspace ||--|| AgentConfig : has
    ChatMessage ||--|| ChatMessageVote : has
    GitCommit ||--|| CommitContributor : has
    Workspace ||--|| Connection : has
    Repository ||--|| Discussion : has
    DiscussionComment ||--|| Discussion : references
    GitProvider ||--|| Discussion : references
    Repository ||--|| DiscussionCategory : has
    GitProvider ||--|| DiscussionComment : commented_on
    AgentJob ||--|| Feedback : has
    Repository ||--|| GitCommit : has
    Repository ||--|| Issue : has
    GitProvider ||--|| Issue : references
    GitProvider ||--|| IssueComment : commented_on
    Repository ||--|| Label : labeled
    GitProvider ||--|| Label : labeled
    Repository ||--|| Milestone : has
    GitProvider ||--|| Milestone : references
    GitProvider ||--|| Organization : references
    Workspace ||--|| Practice : has
    Workspace ||--|| PracticeArea : has
    Practice ||--|| PracticeRevision : has
    GitProvider ||--|| Project : references
    Project ||--|| ProjectField : has
    ProjectItem ||--|| ProjectFieldValue : has
    ProjectField ||--|| ProjectFieldValue : has
    Project ||--|| ProjectItem : has
    GitProvider ||--|| ProjectItem : references
    GitProvider ||--|| ProjectStatusUpdate : references
    GitProvider ||--|| PullRequestReview : reviewed
    GitProvider ||--|| PullRequestReviewComment : commented_on
    PullRequestReviewComment ||--|| PullRequestReviewThread : reviewed
    GitProvider ||--|| PullRequestReviewThread : reviewed
    GitProvider ||--|| Repository : references
    GitProvider ||--|| Team : references
    GitProvider ||--|| User : references
    User ||--|| UserAchievement : has
    User ||--|| UserPreference : has
    Organization ||--|| Workspace : has
    User ||--|| WorkspaceMembership : belongs_to
    Workspace ||--|| WorkspaceMembership : belongs_to

    %% One-to-Many relationships
    Account ||--o{ AccountExport : has
    User ||--o{ ActivityEvent : references
    Repository ||--o{ ActivityEvent : has
    Workspace ||--o{ AgentJob : has
    AgentConfig ||--o{ AgentJob : has
    Account ||--o{ AuthEvent : account_id
    Account ||--o{ AuthEvent : acting_account_id
    GitProvider ||--o{ AuthEvent : has
    Workspace ||--o{ AuthEvent : has
    IdentityLink ||--o{ AuthEvent : has
    ChatMessage ||--o{ ChatMessage : references
    ChatThread ||--o{ ChatMessage : has
    User ||--o{ ChatThread : has
    Workspace ||--o{ ChatThread : has
    User ||--o{ CommitContributor : has
    GitCommit ||--o{ CommitFileChange : has
    Connection ||--o{ ConnectionAudit : has
    User ||--o{ Discussion : authored_by
    DiscussionCategory ||--o{ Discussion : has
    User ||--o{ Discussion : references
    Discussion ||--o{ DiscussionComment : commented_on
    User ||--o{ DiscussionComment : commented_on
    DiscussionComment ||--o{ DiscussionComment : commented_on
    Workspace ||--o{ Feedback : has
    User ||--o{ Feedback : recipient_user_id
    User ||--o{ Feedback : subject_user_id
    Feedback ||--o{ Feedback : references
    Feedback ||--o{ FeedbackPlacement : has
    User ||--o{ GitCommit : authored_by
    User ||--o{ GitCommit : references
    Account ||--o{ IdentityLink : has
    GitProvider ||--o{ IdentityLink : has
    User ||--o{ Issue : authored_by
    Milestone ||--o{ Issue : has
    User ||--o{ Issue : merged_by
    Issue ||--o{ Issue : has
    IssueType ||--o{ Issue : has
    User ||--o{ IssueComment : commented_on
    Issue ||--o{ IssueComment : commented_on
    Organization ||--o{ IssueType : has
    Account ||--o{ IssuedJwt : has
    User ||--o{ Milestone : created_by
    Practice ||--o{ Observation : has
    User ||--o{ Observation : has
    PracticeRevision ||--o{ Observation : has
    PracticeArea ||--o{ Practice : has
    User ||--o{ Project : created_by
    Issue ||--o{ ProjectItem : has
    User ||--o{ ProjectItem : created_by
    Project ||--o{ ProjectStatusUpdate : has
    User ||--o{ ProjectStatusUpdate : created_by
    User ||--o{ PullRequestReview : reviewed
    Issue ||--o{ PullRequestReview : reviewed
    User ||--o{ PullRequestReviewComment : commented_on
    Issue ||--o{ PullRequestReviewComment : commented_on
    PullRequestReview ||--o{ PullRequestReviewComment : commented_on
    PullRequestReviewThread ||--o{ PullRequestReviewComment : commented_on
    PullRequestReviewComment ||--o{ PullRequestReviewComment : commented_on
    Issue ||--o{ PullRequestReviewThread : reviewed
    User ||--o{ PullRequestReviewThread : reviewed
    Feedback ||--o{ Reaction : has
    Organization ||--o{ Repository : has
    Workspace ||--o{ RepositoryToMonitor : monitors
    AgentConfig ||--o{ Workspace : practice_config_id
    AgentConfig ||--o{ Workspace : mentor_config_id
    Workspace ||--o{ WorkspaceSlugHistory : has

    %% Many-to-Many relationships
    GitCommit }o--o{ CommitPullRequest : has
    Issue }o--o{ CommitPullRequest : references
    Discussion }o--o{ DiscussionLabel : labeled
    Label }o--o{ DiscussionLabel : labeled
    Feedback }o--o{ FeedbackObservation : has
    Observation }o--o{ FeedbackObservation : has
    Issue }o--o{ IssueAssignee : assigned_to
    User }o--o{ IssueAssignee : assigned_to
    Issue }o--o{ IssueBlocking : blocked_issue_id
    Issue }o--o{ IssueBlocking : blocking_issue_id
    Issue }o--o{ IssueLabel : labeled
    Label }o--o{ IssueLabel : labeled
    Issue }o--o{ PullRequestRequestedReviewer : reviewed
    User }o--o{ PullRequestRequestedReviewer : reviewed
    Repository }o--o{ RepositoryCollaborator : has
    User }o--o{ RepositoryCollaborator : has
    User }o--o{ TeamMembership : belongs_to
    Team }o--o{ TeamMembership : belongs_to
    Repository }o--o{ TeamRepositoryPermission : has
    Team }o--o{ TeamRepositoryPermission : has
    Workspace }o--o{ WorkspaceTeamLabelFilter : labeled
    Team }o--o{ WorkspaceTeamLabelFilter : labeled
    Label }o--o{ WorkspaceTeamLabelFilter : labeled
    Workspace }o--o{ WorkspaceTeamRepositorySetting : has
    Team }o--o{ WorkspaceTeamRepositorySetting : has
    Repository }o--o{ WorkspaceTeamRepositorySetting : has
    Workspace }o--o{ WorkspaceTeamSetting : has
    Team }o--o{ WorkspaceTeamSetting : has

    %% Styling
    classDef primaryEntity fill:#e1f5fe,stroke:#01579b,stroke-width:2px
    classDef associationEntity fill:#f3e5f5,stroke:#4a148c,stroke-width:2px
    classDef metadataEntity fill:#e8f5e8,stroke:#1b5e20,stroke-width:2px

    class Issue primaryEntity
    class IssueAssignee associationEntity
    class IssueLabel associationEntity
    class Label primaryEntity
    class Milestone primaryEntity
    class PullRequestRequestedReviewer associationEntity
    class Repository primaryEntity
    class RepositoryToMonitor metadataEntity
    class Team primaryEntity
    class User primaryEntity
    class Workspace primaryEntity
